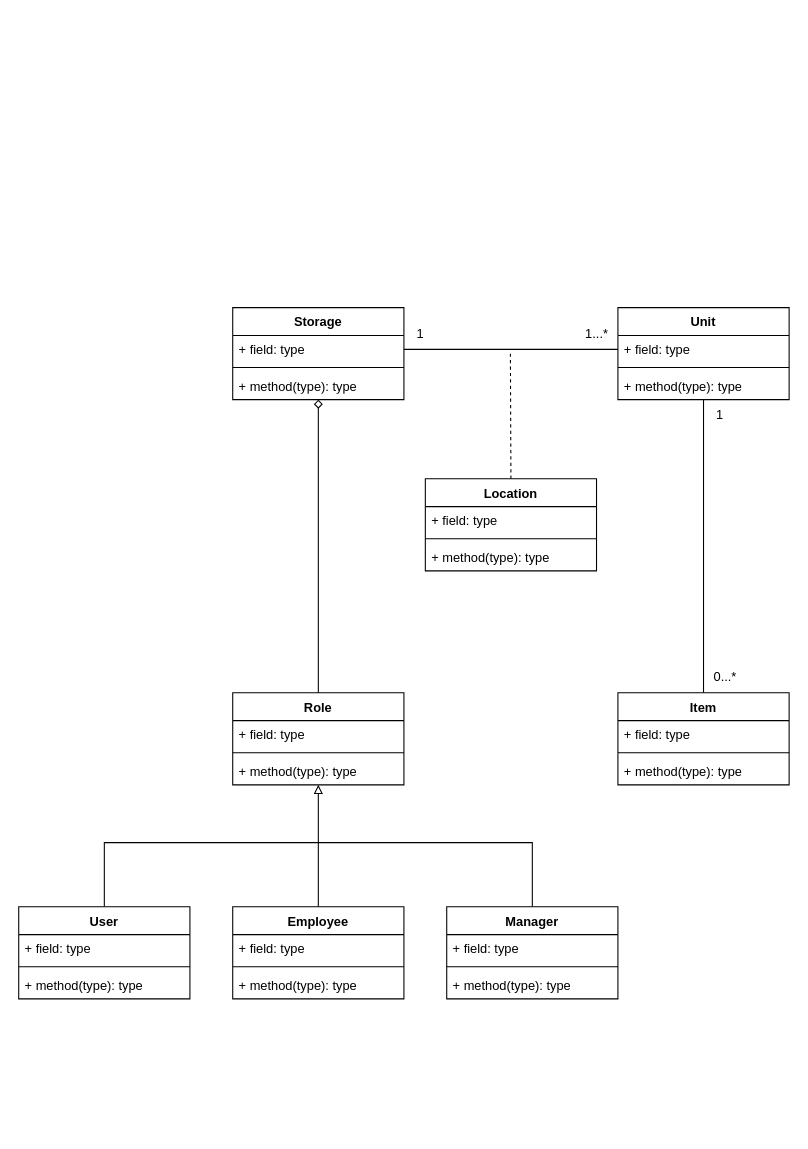
Earlier version of the draw.io diagram UML.drawio (DimeuWasTaken/SOA). Source tidied: cells renumbered, new cells numbered last; positions are measured from the earlier drawing's top-left corner, leaving out a move shared by most shapes. Both pictures are drawn from the tidied source at 107%, with x=0, y=0 at pixel (18, 307).
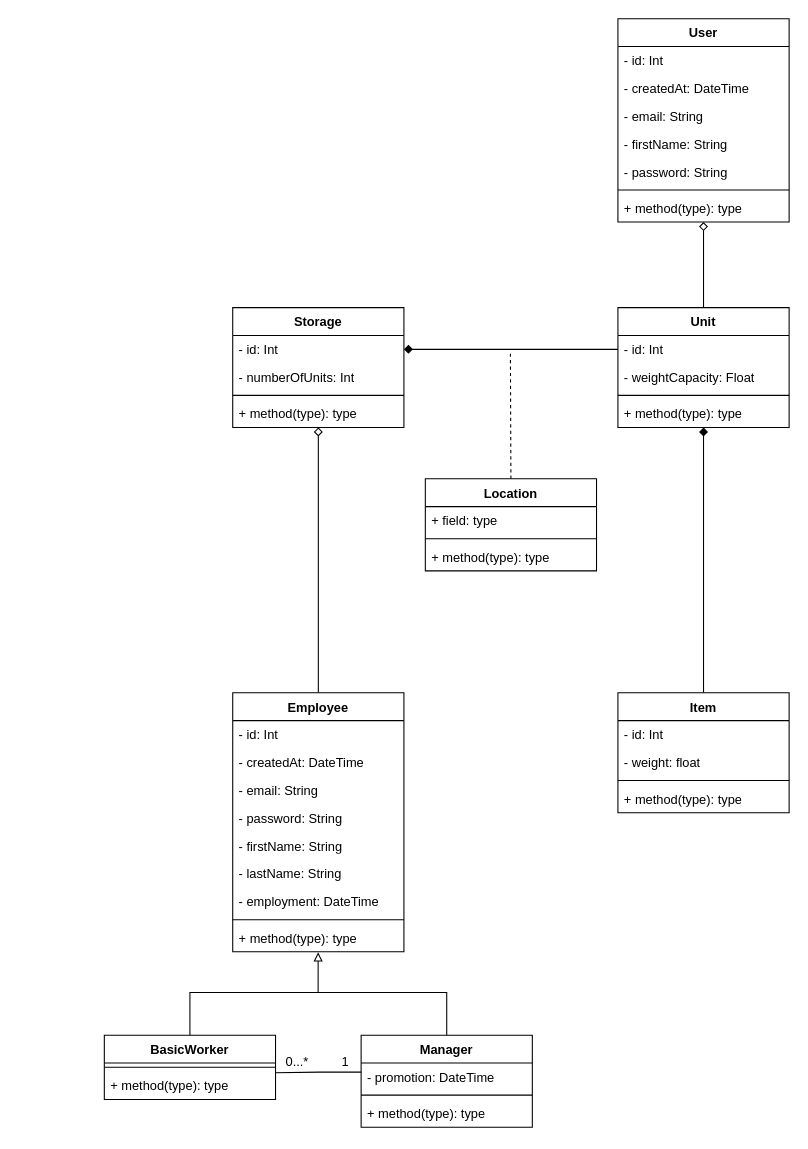
Above is the later version.

What changed in the source:
```diff
@@
-    <mxCell id="7" style="edgeStyle=orthogonalEdgeStyle;rounded=0;jettySize=auto;html=1;exitX=0.5;exitY=0;exitDx=0;exitDy=0;endArrow=none;endFill=0;" parent="1" edge="1" source="8">
-      <mxGeometry relative="1" as="geometry">
-        <mxPoint x="280" y="500" as="targetPoint" />
-        <Array as="points">
-          <mxPoint x="80" y="500" />
-        </Array>
-      </mxGeometry>
-    </mxCell>
+    <mxCell id="45" style="edgeStyle=orthogonalEdgeStyle;rounded=0;jettySize=auto;html=1;exitX=0.5;exitY=1;exitDx=0;exitDy=0;endArrow=none;endFill=0;startArrow=diamond;startFill=0;" parent="1" edge="1" source="8" target="13">
+      <mxGeometry relative="1" as="geometry" />
+    </mxCell>
     <mxCell id="8" value="User&lt;br&gt;" style="swimlane;fontStyle=1;align=center;verticalAlign=top;horizontal=1;startSize=26;whiteSpace=wrap;html=1;" parent="1" vertex="1">
-      <mxGeometry y="560" width="160" height="86" as="geometry" />
+      <mxGeometry x="560" y="-270" width="160" height="190" as="geometry" />
     </mxCell>
-    <mxCell id="9" value="+ field: type" style="text;strokeColor=none;fillColor=none;align=left;verticalAlign=top;spacingLeft=4;spacingRight=4;overflow=hidden;whiteSpace=wrap;html=1;" parent="8" vertex="1">
-      <mxGeometry y="26" width="160" height="26" as="geometry" />
-    </mxCell>
+    <mxCell id="46" value="- id: Int" style="text;strokeColor=none;fillColor=none;align=left;verticalAlign=top;spacingLeft=4;spacingRight=4;overflow=hidden;whiteSpace=wrap;html=1;" parent="8" vertex="1">
+      <mxGeometry y="26" width="160" height="26" as="geometry" />
+    </mxCell>
+    <mxCell id="47" value="- createdAt: DateTime" style="text;strokeColor=none;fillColor=none;align=left;verticalAlign=top;spacingLeft=4;spacingRight=4;overflow=hidden;whiteSpace=wrap;html=1;" parent="8" vertex="1">
+      <mxGeometry y="52" width="160" height="26" as="geometry" />
+    </mxCell>
+    <mxCell id="48" value="- email: String" style="text;strokeColor=none;fillColor=none;align=left;verticalAlign=top;spacingLeft=4;spacingRight=4;overflow=hidden;whiteSpace=wrap;html=1;" parent="8" vertex="1">
+      <mxGeometry y="78" width="160" height="26" as="geometry" />
+    </mxCell>
+    <mxCell id="49" value="- firstName: String" style="text;strokeColor=none;fillColor=none;align=left;verticalAlign=top;spacingLeft=4;spacingRight=4;overflow=hidden;whiteSpace=wrap;html=1;" parent="8" vertex="1">
+      <mxGeometry y="104" width="160" height="26" as="geometry" />
+    </mxCell>
+    <mxCell id="50" value="- password: String" style="text;strokeColor=none;fillColor=none;align=left;verticalAlign=top;spacingLeft=4;spacingRight=4;overflow=hidden;whiteSpace=wrap;html=1;" parent="8" vertex="1">
+      <mxGeometry y="130" width="160" height="26" as="geometry" />
+    </mxCell>
     <mxCell id="10" style="line;strokeWidth=1;fillColor=none;align=left;verticalAlign=middle;spacingTop=-1;spacingLeft=3;spacingRight=3;labelPosition=right;strokeColor=inherit;" parent="8" vertex="1">
-      <mxGeometry y="52" width="160" height="8" as="geometry" />
+      <mxGeometry y="156" width="160" height="8" as="geometry" />
     </mxCell>
     <mxCell id="11" value="+ method(type): type" style="text;strokeColor=none;fillColor=none;align=left;verticalAlign=top;spacingLeft=4;spacingRight=4;overflow=hidden;whiteSpace=wrap;html=1;" parent="8" vertex="1">
-      <mxGeometry y="60" width="160" height="26" as="geometry" />
+      <mxGeometry y="164" width="160" height="26" as="geometry" />
     </mxCell>
-    <mxCell id="12" style="edgeStyle=orthogonalEdgeStyle;rounded=0;jettySize=auto;html=1;exitX=0.5;exitY=1;exitDx=0;exitDy=0;entryX=0.5;entryY=0;entryDx=0;entryDy=0;endArrow=none;endFill=0;" parent="1" edge="1" source="13" target="33">
+    <mxCell id="12" style="edgeStyle=orthogonalEdgeStyle;rounded=0;jettySize=auto;html=1;exitX=0.5;exitY=1;exitDx=0;exitDy=0;entryX=0.5;entryY=0;entryDx=0;entryDy=0;endArrow=none;endFill=0;startArrow=diamond;startFill=1;" parent="1" edge="1" source="13" target="33">
       <mxGeometry relative="1" as="geometry" />
     </mxCell>
     <mxCell id="13" value="Unit" style="swimlane;fontStyle=1;align=center;verticalAlign=top;horizontal=1;startSize=26;whiteSpace=wrap;html=1;" parent="1" vertex="1">
-      <mxGeometry x="560" width="160" height="86" as="geometry" />
+      <mxGeometry x="560" width="160" height="112" as="geometry" />
     </mxCell>
-    <mxCell id="14" value="+ field: type" style="text;strokeColor=none;fillColor=none;align=left;verticalAlign=top;spacingLeft=4;spacingRight=4;overflow=hidden;points=[[0,0.5],[1,0.5]];portConstraint=eastwest;whiteSpace=wrap;html=1;" parent="13" vertex="1">
+    <mxCell id="14" value="- id: Int" style="text;strokeColor=none;fillColor=none;align=left;verticalAlign=top;spacingLeft=4;spacingRight=4;overflow=hidden;points=[[0,0.5],[1,0.5]];portConstraint=eastwest;whiteSpace=wrap;html=1;" parent="13" vertex="1">
       <mxGeometry y="26" width="160" height="26" as="geometry" />
     </mxCell>
+    <mxCell id="51" value="- weightCapacity: Float" style="text;strokeColor=none;fillColor=none;align=left;verticalAlign=top;spacingLeft=4;spacingRight=4;overflow=hidden;whiteSpace=wrap;html=1;" parent="13" vertex="1">
+      <mxGeometry y="52" width="160" height="26" as="geometry" />
+    </mxCell>
     <mxCell id="15" style="line;strokeWidth=1;fillColor=none;align=left;verticalAlign=middle;spacingTop=-1;spacingLeft=3;spacingRight=3;labelPosition=right;strokeColor=inherit;" parent="13" vertex="1">
-      <mxGeometry y="52" width="160" height="8" as="geometry" />
+      <mxGeometry y="78" width="160" height="8" as="geometry" />
     </mxCell>
     <mxCell id="16" value="+ method(type): type" style="text;strokeColor=none;fillColor=none;align=left;verticalAlign=top;spacingLeft=4;spacingRight=4;overflow=hidden;whiteSpace=wrap;html=1;" parent="13" vertex="1">
-      <mxGeometry y="60" width="160" height="26" as="geometry" />
+      <mxGeometry y="86" width="160" height="26" as="geometry" />
     </mxCell>
-    <mxCell id="17" style="edgeStyle=orthogonalEdgeStyle;rounded=0;jettySize=auto;html=1;exitX=0.5;exitY=0;exitDx=0;exitDy=0;endArrow=none;endFill=0;" parent="1" edge="1" source="18">
-      <mxGeometry relative="1" as="geometry">
-        <mxPoint x="280" y="500" as="targetPoint" />
-        <Array as="points">
-          <mxPoint x="480" y="500" />
-        </Array>
-      </mxGeometry>
-    </mxCell>
-    <mxCell id="18" value="Manager" style="swimlane;fontStyle=1;align=center;verticalAlign=top;horizontal=1;startSize=26;whiteSpace=wrap;html=1;" parent="1" vertex="1">
-      <mxGeometry x="400" y="560" width="160" height="86" as="geometry" />
-    </mxCell>
-    <mxCell id="19" value="+ field: type" style="text;strokeColor=none;fillColor=none;align=left;verticalAlign=top;spacingLeft=4;spacingRight=4;overflow=hidden;whiteSpace=wrap;html=1;" parent="18" vertex="1">
-      <mxGeometry y="26" width="160" height="26" as="geometry" />
-    </mxCell>
-    <mxCell id="20" style="line;strokeWidth=1;fillColor=none;align=left;verticalAlign=middle;spacingTop=-1;spacingLeft=3;spacingRight=3;labelPosition=right;strokeColor=inherit;" parent="18" vertex="1">
-      <mxGeometry y="52" width="160" height="8" as="geometry" />
-    </mxCell>
-    <mxCell id="21" value="+ method(type): type" style="text;strokeColor=none;fillColor=none;align=left;verticalAlign=top;spacingLeft=4;spacingRight=4;overflow=hidden;whiteSpace=wrap;html=1;" parent="18" vertex="1">
-      <mxGeometry y="60" width="160" height="26" as="geometry" />
-    </mxCell>
-    <mxCell id="22" style="edgeStyle=orthogonalEdgeStyle;rounded=0;jettySize=auto;html=1;exitX=0.5;exitY=0;exitDx=0;exitDy=0;entryX=0.5;entryY=1;entryDx=0;entryDy=0;endArrow=block;endFill=0;" parent="1" edge="1" source="23" target="40">
-      <mxGeometry relative="1" as="geometry" />
-    </mxCell>
-    <mxCell id="23" value="Employee" style="swimlane;fontStyle=1;align=center;verticalAlign=top;horizontal=1;startSize=26;whiteSpace=wrap;html=1;" parent="1" vertex="1">
-      <mxGeometry x="200" y="560" width="160" height="86" as="geometry" />
-    </mxCell>
-    <mxCell id="24" value="+ field: type" style="text;strokeColor=none;fillColor=none;align=left;verticalAlign=top;spacingLeft=4;spacingRight=4;overflow=hidden;whiteSpace=wrap;html=1;" parent="23" vertex="1">
-      <mxGeometry y="26" width="160" height="26" as="geometry" />
-    </mxCell>
-    <mxCell id="25" style="line;strokeWidth=1;fillColor=none;align=left;verticalAlign=middle;spacingTop=-1;spacingLeft=3;spacingRight=3;labelPosition=right;strokeColor=inherit;" parent="23" vertex="1">
-      <mxGeometry y="52" width="160" height="8" as="geometry" />
-    </mxCell>
-    <mxCell id="26" value="+ method(type): type" style="text;strokeColor=none;fillColor=none;align=left;verticalAlign=top;spacingLeft=4;spacingRight=4;overflow=hidden;whiteSpace=wrap;html=1;" parent="23" vertex="1">
-      <mxGeometry y="60" width="160" height="26" as="geometry" />
-    </mxCell>
-    <mxCell id="27" value="1...*" style="text;html=1;align=center;verticalAlign=middle;strokeColor=none;fillColor=none;" parent="1" vertex="1">
-      <mxGeometry x="520" y="10" width="40" height="30" as="geometry" />
-    </mxCell>
     <mxCell id="28" value="Storage" style="swimlane;fontStyle=1;align=center;verticalAlign=top;horizontal=1;startSize=26;whiteSpace=wrap;html=1;" parent="1" vertex="1">
-      <mxGeometry x="200" width="160" height="86" as="geometry" />
+      <mxGeometry x="200" width="160" height="112" as="geometry" />
     </mxCell>
-    <mxCell id="29" value="+ field: type" style="text;strokeColor=none;fillColor=none;align=left;verticalAlign=top;spacingLeft=4;spacingRight=4;overflow=hidden;points=[[0,0.5],[1,0.5]];portConstraint=eastwest;whiteSpace=wrap;html=1;" parent="28" vertex="1">
-      <mxGeometry y="26" width="160" height="26" as="geometry" />
-    </mxCell>
+    <mxCell id="31" value="- id: Int" style="text;strokeColor=none;fillColor=none;align=left;verticalAlign=top;spacingLeft=4;spacingRight=4;overflow=hidden;points=[[0,0.5],[1,0.5]];portConstraint=eastwest;whiteSpace=wrap;html=1;" parent="28" vertex="1">
+      <mxGeometry y="26" width="160" height="26" as="geometry" />
+    </mxCell>
+    <mxCell id="52" value="- numberOfUnits: Int" style="text;strokeColor=none;fillColor=none;align=left;verticalAlign=top;spacingLeft=4;spacingRight=4;overflow=hidden;whiteSpace=wrap;html=1;" parent="28" vertex="1">
+      <mxGeometry y="52" width="160" height="26" as="geometry" />
+    </mxCell>
     <mxCell id="30" style="line;strokeWidth=1;fillColor=none;align=left;verticalAlign=middle;spacingTop=-1;spacingLeft=3;spacingRight=3;labelPosition=right;strokeColor=inherit;" parent="28" vertex="1">
-      <mxGeometry y="52" width="160" height="8" as="geometry" />
+      <mxGeometry y="78" width="160" height="8" as="geometry" />
     </mxCell>
-    <mxCell id="31" value="+ method(type): type" style="text;strokeColor=none;fillColor=none;align=left;verticalAlign=top;spacingLeft=4;spacingRight=4;overflow=hidden;points=[[0,0.5],[1,0.5]];portConstraint=eastwest;whiteSpace=wrap;html=1;" parent="28" vertex="1">
-      <mxGeometry y="60" width="160" height="26" as="geometry" />
-    </mxCell>
-    <mxCell id="32" value="1" style="text;html=1;align=center;verticalAlign=middle;strokeColor=none;fillColor=none;" parent="1" vertex="1">
-      <mxGeometry x="360" y="10" width="30" height="30" as="geometry" />
-    </mxCell>
+    <mxCell id="53" value="+ method(type): type" style="text;strokeColor=none;fillColor=none;align=left;verticalAlign=top;spacingLeft=4;spacingRight=4;overflow=hidden;whiteSpace=wrap;html=1;" parent="28" vertex="1">
+      <mxGeometry y="86" width="160" height="26" as="geometry" />
+    </mxCell>
     <mxCell id="33" value="Item" style="swimlane;fontStyle=1;align=center;verticalAlign=top;horizontal=1;startSize=26;whiteSpace=wrap;html=1;" parent="1" vertex="1">
-      <mxGeometry x="560" y="360" width="160" height="86" as="geometry" />
+      <mxGeometry x="560" y="360" width="160" height="112" as="geometry" />
     </mxCell>
-    <mxCell id="34" value="+ field: type" style="text;strokeColor=none;fillColor=none;align=left;verticalAlign=top;spacingLeft=4;spacingRight=4;overflow=hidden;whiteSpace=wrap;html=1;" parent="33" vertex="1">
+    <mxCell id="34" value="- id: Int" style="text;strokeColor=none;fillColor=none;align=left;verticalAlign=top;spacingLeft=4;spacingRight=4;overflow=hidden;whiteSpace=wrap;html=1;" parent="33" vertex="1">
       <mxGeometry y="26" width="160" height="26" as="geometry" />
     </mxCell>
+    <mxCell id="54" value="- weight: float" style="text;strokeColor=none;fillColor=none;align=left;verticalAlign=top;spacingLeft=4;spacingRight=4;overflow=hidden;whiteSpace=wrap;html=1;" parent="33" vertex="1">
+      <mxGeometry y="52" width="160" height="26" as="geometry" />
+    </mxCell>
     <mxCell id="35" style="line;strokeWidth=1;fillColor=none;align=left;verticalAlign=middle;spacingTop=-1;spacingLeft=3;spacingRight=3;labelPosition=right;strokeColor=inherit;" parent="33" vertex="1">
-      <mxGeometry y="52" width="160" height="8" as="geometry" />
+      <mxGeometry y="78" width="160" height="8" as="geometry" />
     </mxCell>
     <mxCell id="36" value="+ method(type): type" style="text;strokeColor=none;fillColor=none;align=left;verticalAlign=top;spacingLeft=4;spacingRight=4;overflow=hidden;whiteSpace=wrap;html=1;" parent="33" vertex="1">
-      <mxGeometry y="60" width="160" height="26" as="geometry" />
+      <mxGeometry y="86" width="160" height="26" as="geometry" />
     </mxCell>
-    <mxCell id="37" value="0...*" style="text;html=1;align=center;verticalAlign=middle;strokeColor=none;fillColor=none;" parent="1" vertex="1">
-      <mxGeometry x="640" y="330" width="40" height="30" as="geometry" />
-    </mxCell>
-    <mxCell id="38" value="1" style="text;html=1;align=center;verticalAlign=middle;strokeColor=none;fillColor=none;" parent="1" vertex="1">
-      <mxGeometry x="640" y="86" width="30" height="30" as="geometry" />
-    </mxCell>
-    <mxCell id="39" style="edgeStyle=orthogonalEdgeStyle;rounded=0;jettySize=auto;html=1;exitX=1;exitY=0.5;exitDx=0;exitDy=0;entryX=0;entryY=0.5;entryDx=0;entryDy=0;endArrow=none;endFill=0;" parent="1" edge="1" source="29" target="14">
-      <mxGeometry relative="1" as="geometry" />
-    </mxCell>
+    <mxCell id="55" style="edgeStyle=orthogonalEdgeStyle;rounded=0;jettySize=auto;html=1;exitX=0.5;exitY=0;exitDx=0;exitDy=0;endArrow=diamond;endFill=0;" parent="1" edge="1" source="40" target="28">
+      <mxGeometry relative="1" as="geometry" />
+    </mxCell>
-    <mxCell id="40" value="Role" style="swimlane;fontStyle=1;align=center;verticalAlign=top;horizontal=1;startSize=26;whiteSpace=wrap;html=1;" parent="1" vertex="1">
-      <mxGeometry x="200" y="360" width="160" height="86" as="geometry" />
+    <mxCell id="40" value="Employee" style="swimlane;fontStyle=1;align=center;verticalAlign=top;horizontal=1;startSize=26;whiteSpace=wrap;html=1;" parent="1" vertex="1">
+      <mxGeometry x="200" y="360" width="160" height="242" as="geometry" />
     </mxCell>
-    <mxCell id="41" value="+ field: type" style="text;strokeColor=none;fillColor=none;align=left;verticalAlign=top;spacingLeft=4;spacingRight=4;overflow=hidden;whiteSpace=wrap;html=1;" parent="40" vertex="1">
-      <mxGeometry y="26" width="160" height="26" as="geometry" />
-    </mxCell>
+    <mxCell id="56" value="- id: Int" style="text;strokeColor=none;fillColor=none;align=left;verticalAlign=top;spacingLeft=4;spacingRight=4;overflow=hidden;whiteSpace=wrap;html=1;" parent="40" vertex="1">
+      <mxGeometry y="26" width="160" height="26" as="geometry" />
+    </mxCell>
+    <mxCell id="57" value="- createdAt: DateTime" style="text;strokeColor=none;fillColor=none;align=left;verticalAlign=top;spacingLeft=4;spacingRight=4;overflow=hidden;whiteSpace=wrap;html=1;" parent="40" vertex="1">
+      <mxGeometry y="52" width="160" height="26" as="geometry" />
+    </mxCell>
+    <mxCell id="58" value="- email: String" style="text;strokeColor=none;fillColor=none;align=left;verticalAlign=top;spacingLeft=4;spacingRight=4;overflow=hidden;whiteSpace=wrap;html=1;" parent="40" vertex="1">
+      <mxGeometry y="78" width="160" height="26" as="geometry" />
+    </mxCell>
+    <mxCell id="59" value="- password: String" style="text;strokeColor=none;fillColor=none;align=left;verticalAlign=top;spacingLeft=4;spacingRight=4;overflow=hidden;whiteSpace=wrap;html=1;" parent="40" vertex="1">
+      <mxGeometry y="104" width="160" height="26" as="geometry" />
+    </mxCell>
+    <mxCell id="60" value="- firstName: String" style="text;strokeColor=none;fillColor=none;align=left;verticalAlign=top;spacingLeft=4;spacingRight=4;overflow=hidden;whiteSpace=wrap;html=1;" parent="40" vertex="1">
+      <mxGeometry y="130" width="160" height="26" as="geometry" />
+    </mxCell>
+    <mxCell id="61" value="- lastName: String" style="text;strokeColor=none;fillColor=none;align=left;verticalAlign=top;spacingLeft=4;spacingRight=4;overflow=hidden;whiteSpace=wrap;html=1;" parent="40" vertex="1">
+      <mxGeometry y="156" width="160" height="26" as="geometry" />
+    </mxCell>
+    <mxCell id="62" value="- employment: DateTime" style="text;strokeColor=none;fillColor=none;align=left;verticalAlign=top;spacingLeft=4;spacingRight=4;overflow=hidden;whiteSpace=wrap;html=1;" parent="40" vertex="1">
+      <mxGeometry y="182" width="160" height="26" as="geometry" />
+    </mxCell>
     <mxCell id="42" style="line;strokeWidth=1;fillColor=none;align=left;verticalAlign=middle;spacingTop=-1;spacingLeft=3;spacingRight=3;labelPosition=right;strokeColor=inherit;" parent="40" vertex="1">
-      <mxGeometry y="52" width="160" height="8" as="geometry" />
+      <mxGeometry y="208" width="160" height="8" as="geometry" />
     </mxCell>
     <mxCell id="43" value="+ method(type): type" style="text;strokeColor=none;fillColor=none;align=left;verticalAlign=top;spacingLeft=4;spacingRight=4;overflow=hidden;points=[[0,0.5],[1,0.5]];portConstraint=eastwest;whiteSpace=wrap;html=1;" parent="40" vertex="1">
-      <mxGeometry y="60" width="160" height="26" as="geometry" />
+      <mxGeometry y="216" width="160" height="26" as="geometry" />
     </mxCell>
-    <mxCell id="44" style="edgeStyle=orthogonalEdgeStyle;rounded=0;jettySize=auto;html=1;exitX=0.5;exitY=0;exitDx=0;exitDy=0;entryX=0.5;entryY=1;entryDx=0;entryDy=0;entryPerimeter=0;endArrow=diamond;endFill=0;" parent="1" edge="1" source="40" target="31">
-      <mxGeometry relative="1" as="geometry" />
-    </mxCell>
+    <mxCell id="63" style="edgeStyle=orthogonalEdgeStyle;rounded=0;jettySize=auto;html=1;exitX=0.5;exitY=0;exitDx=0;exitDy=0;endArrow=none;endFill=0;" parent="1" edge="1" source="64">
+      <mxGeometry relative="1" as="geometry">
+        <mxPoint x="280" y="640" as="targetPoint" />
+        <Array as="points">
+          <mxPoint x="160" y="640" />
+          <mxPoint x="280" y="640" />
+        </Array>
+      </mxGeometry>
+    </mxCell>
+    <mxCell id="64" value="BasicWorker" style="swimlane;fontStyle=1;align=center;verticalAlign=top;horizontal=1;startSize=26;whiteSpace=wrap;html=1;" parent="1" vertex="1">
+      <mxGeometry x="80" y="680" width="160" height="60" as="geometry" />
+    </mxCell>
+    <mxCell id="65" style="line;strokeWidth=1;fillColor=none;align=left;verticalAlign=middle;spacingTop=-1;spacingLeft=3;spacingRight=3;labelPosition=right;strokeColor=inherit;" parent="64" vertex="1">
+      <mxGeometry y="26" width="160" height="8" as="geometry" />
+    </mxCell>
+    <mxCell id="66" value="+ method(type): type" style="text;strokeColor=none;fillColor=none;align=left;verticalAlign=top;spacingLeft=4;spacingRight=4;overflow=hidden;whiteSpace=wrap;html=1;" parent="64" vertex="1">
+      <mxGeometry y="34" width="160" height="26" as="geometry" />
+    </mxCell>
+    <mxCell id="18" value="Manager" style="swimlane;fontStyle=1;align=center;verticalAlign=top;horizontal=1;startSize=26;whiteSpace=wrap;html=1;" parent="1" vertex="1">
+      <mxGeometry x="320" y="680" width="160" height="86" as="geometry" />
+    </mxCell>
+    <mxCell id="67" value="- promotion: DateTime" style="text;strokeColor=none;fillColor=none;align=left;verticalAlign=top;spacingLeft=4;spacingRight=4;overflow=hidden;whiteSpace=wrap;html=1;" parent="18" vertex="1">
+      <mxGeometry y="26" width="160" height="26" as="geometry" />
+    </mxCell>
+    <mxCell id="68" style="line;strokeWidth=1;fillColor=none;align=left;verticalAlign=middle;spacingTop=-1;spacingLeft=3;spacingRight=3;labelPosition=right;strokeColor=inherit;" parent="18" vertex="1">
+      <mxGeometry y="52" width="160" height="8" as="geometry" />
+    </mxCell>
+    <mxCell id="69" value="+ method(type): type" style="text;strokeColor=none;fillColor=none;align=left;verticalAlign=top;spacingLeft=4;spacingRight=4;overflow=hidden;whiteSpace=wrap;html=1;" parent="18" vertex="1">
+      <mxGeometry y="60" width="160" height="26" as="geometry" />
+    </mxCell>
+    <mxCell id="37" value="0...*" style="text;html=1;align=center;verticalAlign=middle;strokeColor=none;fillColor=none;" parent="1" vertex="1">
+      <mxGeometry x="240" y="690" width="40" height="30" as="geometry" />
+    </mxCell>
+    <mxCell id="70" value="1" style="text;html=1;align=center;verticalAlign=middle;strokeColor=none;fillColor=none;" parent="1" vertex="1">
+      <mxGeometry x="290" y="690" width="30" height="30" as="geometry" />
+    </mxCell>
+    <mxCell id="71" style="edgeStyle=orthogonalEdgeStyle;rounded=0;jettySize=auto;html=1;exitX=0.5;exitY=0;exitDx=0;exitDy=0;entryX=0.499;entryY=1.019;entryDx=0;entryDy=0;entryPerimeter=0;endArrow=block;endFill=0;" parent="1" edge="1" source="18" target="43">
+      <mxGeometry relative="1" as="geometry">
+        <Array as="points">
+          <mxPoint x="400" y="640" />
+          <mxPoint x="280" y="640" />
+        </Array>
+      </mxGeometry>
+    </mxCell>
+    <mxCell id="72" style="edgeStyle=orthogonalEdgeStyle;rounded=0;orthogonalLoop=1;jettySize=auto;html=1;exitX=0;exitY=0.5;exitDx=0;exitDy=0;endArrow=none;endFill=0;" parent="1" edge="1">
+      <mxGeometry relative="1" as="geometry">
+        <mxPoint x="320" y="714.5" as="sourcePoint" />
+        <mxPoint x="240" y="715" as="targetPoint" />
+        <Array as="points">
+          <mxPoint x="281" y="715" />
+          <mxPoint x="240" y="715" />
+        </Array>
+      </mxGeometry>
+    </mxCell>
+    <mxCell id="73" style="edgeStyle=orthogonalEdgeStyle;rounded=0;jettySize=auto;html=1;exitX=1;exitY=0.5;exitDx=0;exitDy=0;entryX=0;entryY=0.5;entryDx=0;entryDy=0;endArrow=none;endFill=0;startArrow=diamond;startFill=1;" parent="1" edge="1" source="31" target="14">
+      <mxGeometry relative="1" as="geometry" />
+    </mxCell>
```
